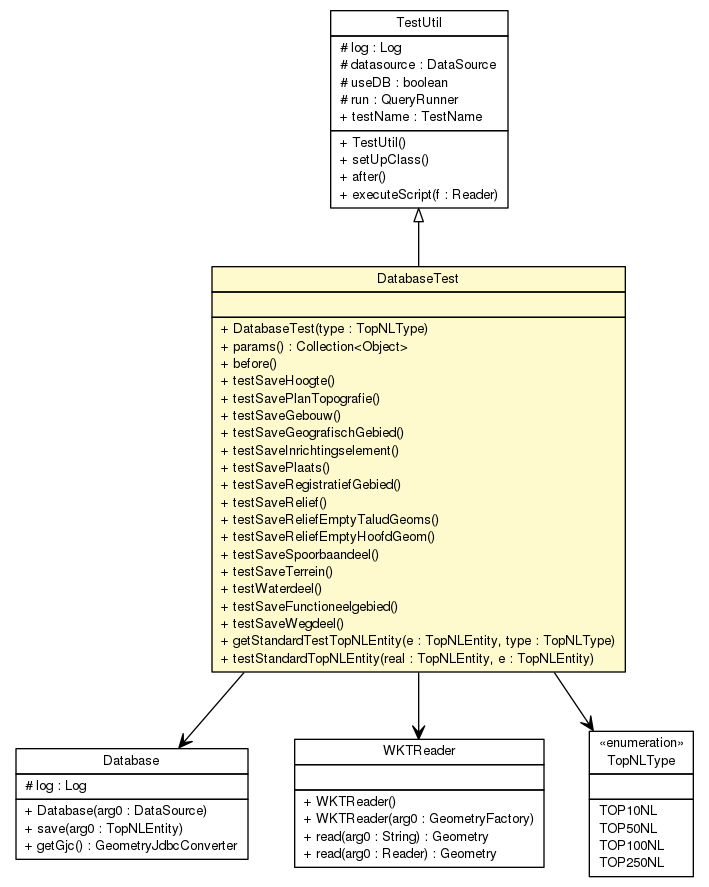
Earlier version of the Graphviz export topnlparser/testapidocs/nl/b3p/topnl/DatabaseTest.png (B3Partners/brmo). Its source is kept beside it as topnlparser/testapidocs/nl/b3p/topnl/DatabaseTest.dot.
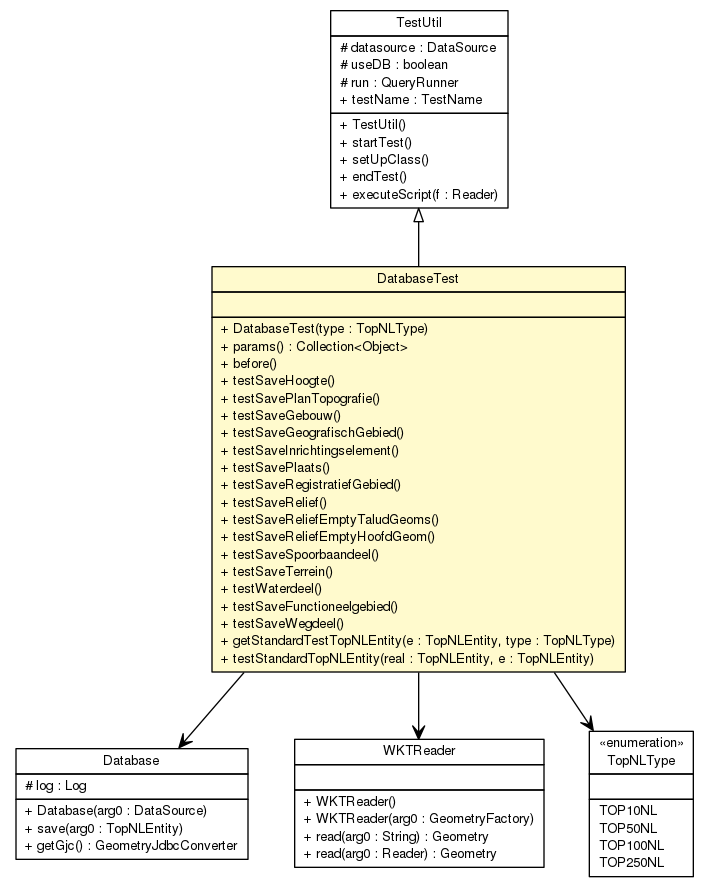
Above is the later version.

Change to the diagram source:
```diff
@@ -9,7 +9,6 @@
 <tr><td align="center" balign="center"> TestUtil </td></tr>
 		</table></td></tr>
 		<tr><td><table border="0" cellspacing="0" cellpadding="1">
-<tr><td align="left" balign="left"> # log : Log </td></tr>
 <tr><td align="left" balign="left"> # datasource : DataSource </td></tr>
 <tr><td align="left" balign="left"> # useDB : boolean </td></tr>
 <tr><td align="left" balign="left"> # run : QueryRunner </td></tr>
@@ -17,8 +16,9 @@
 		</table></td></tr>
 		<tr><td><table border="0" cellspacing="0" cellpadding="1">
 <tr><td align="left" balign="left"> + TestUtil() </td></tr>
+<tr><td align="left" balign="left"> + startTest() </td></tr>
 <tr><td align="left" balign="left"> + setUpClass() </td></tr>
-<tr><td align="left" balign="left"> + after() </td></tr>
+<tr><td align="left" balign="left"> + endTest() </td></tr>
 <tr><td align="left" balign="left"> + executeScript(f : Reader) </td></tr>
 		</table></td></tr>
 		</table>>, URL="./TestUtil.html", fontname="Helvetica", fontcolor="black", fontsize=10.0];
```
